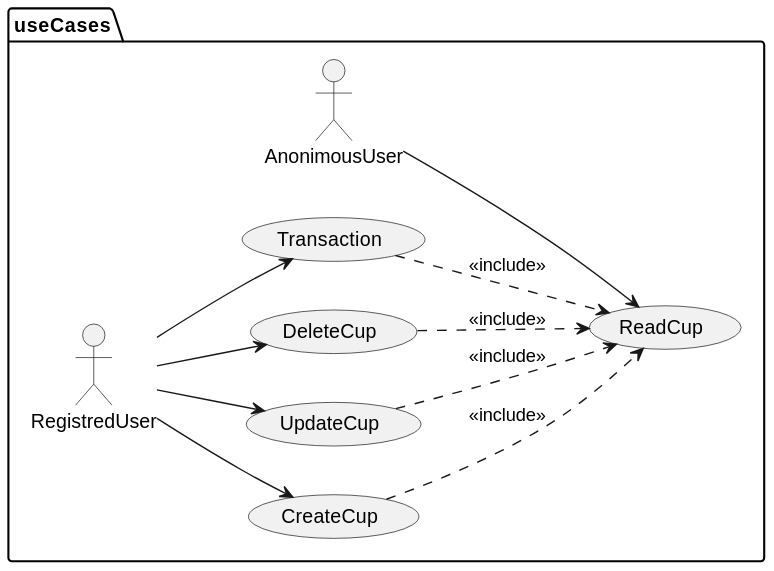
jumpering/fanaticupsFront keeps this PlantUML diagram as out/documentation/uml/useCases/useCases.svg. Above is the earlier version.
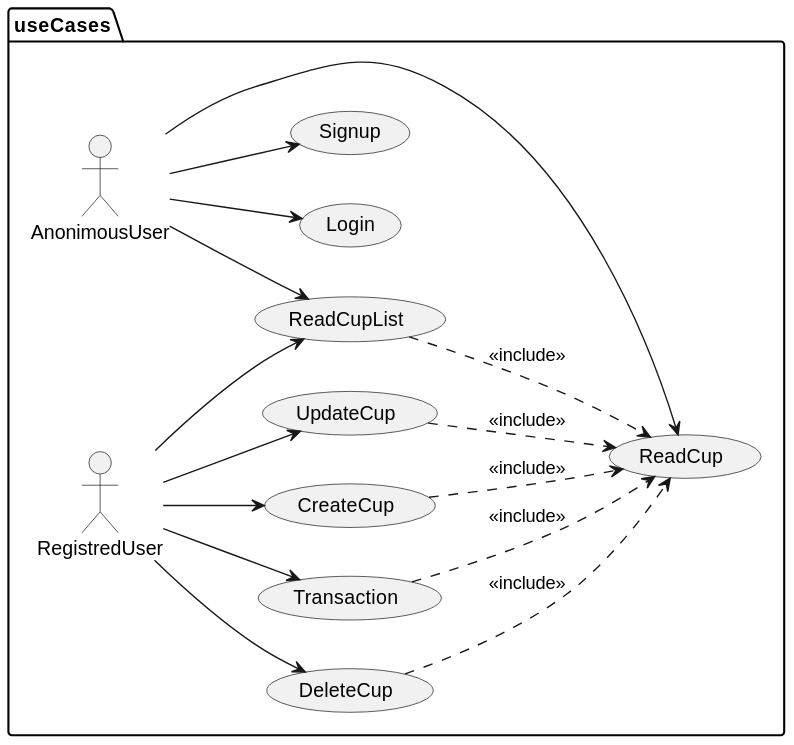
The same diagram one commit later.

Diff of the diagram source:
```diff
@@ -1,4 +1,4 @@
-@startuml
+@startuml useCases
 allowmixing
 namespace useCases{
 left to right direction
@@ -7,12 +7,19 @@
 
 usecase CreateCup
 usecase ReadCup
+usecase ReadCupList
 usecase UpdateCup
 usecase DeleteCup
 usecase Transaction
+usecase Login
+usecase Signup
 
 
+AnonimousUser --> Login
+AnonimousUser --> Signup
 AnonimousUser --> ReadCup
+AnonimousUser --> ReadCupList
+
 
 RegistredUser --> CreateCup
 CreateCup ..> ReadCup  : "<<include>>"
@@ -20,7 +27,8 @@
 UpdateCup ..> ReadCup  : "<<include>>"
 RegistredUser --> DeleteCup
 DeleteCup ..> ReadCup  : "<<include>>"
-
+RegistredUser --> ReadCupList
+ReadCupList ..> ReadCup  : "<<include>>"
 RegistredUser --> Transaction
 Transaction ..> ReadCup  : "<<include>>"
 }
```
